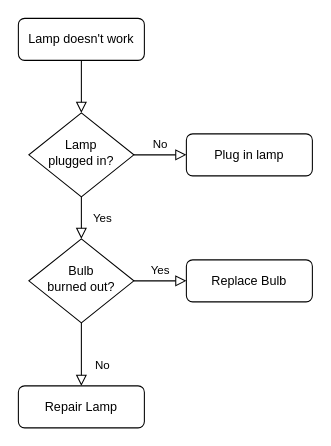
This is 未命名绘图.drawio from North30/user, a draw.io file, before an edit. Source tidied: cells renumbered, new cells numbered last; positions are measured from the earlier drawing's top-left corner, leaving out a move shared by most shapes. Both pictures are drawn from the tidied source at 105%, with x=0, y=0 at pixel (18, 18).
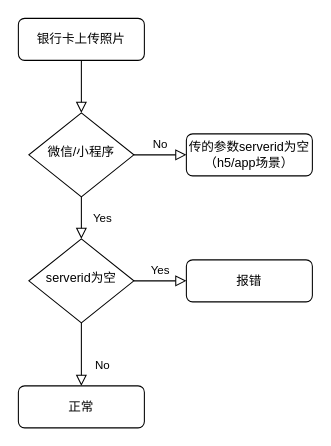
After the change.

What changed in the source:
```diff
@@
 <mxGraphModel>
   <root>
     <mxCell id="0" />
     <mxCell id="1" parent="0" />
     <mxCell id="2" style="rounded=0;html=1;jettySize=auto;fontSize=11;endArrow=block;endFill=0;endSize=8;strokeWidth=1;shadow=0;labelBackgroundColor=none;edgeStyle=orthogonalEdgeStyle;" parent="1" edge="1" source="3" target="6">
       <mxGeometry relative="1" as="geometry" />
     </mxCell>
-    <mxCell id="3" value="Lamp doesn't work" style="rounded=1;whiteSpace=wrap;html=1;fontSize=12;glass=0;strokeWidth=1;shadow=0;" parent="1" vertex="1">
+    <mxCell id="3" value="银行卡上传照片" style="rounded=1;whiteSpace=wrap;html=1;fontSize=12;glass=0;strokeWidth=1;shadow=0;" parent="1" vertex="1">
       <mxGeometry width="120" height="40" as="geometry" />
     </mxCell>
     <mxCell id="4" value="Yes" style="rounded=0;html=1;jettySize=auto;fontSize=11;endArrow=block;endFill=0;endSize=8;strokeWidth=1;shadow=0;labelBackgroundColor=none;edgeStyle=orthogonalEdgeStyle;" parent="1" edge="1" source="6" target="10">
       <mxGeometry y="20" relative="1" as="geometry" />
     </mxCell>
     <mxCell id="5" value="No" style="edgeStyle=orthogonalEdgeStyle;rounded=0;html=1;jettySize=auto;fontSize=11;endArrow=block;endFill=0;endSize=8;strokeWidth=1;shadow=0;labelBackgroundColor=none;" parent="1" edge="1" source="6" target="7">
       <mxGeometry y="10" relative="1" as="geometry" />
     </mxCell>
-    <mxCell id="6" value="Lamp&lt;br&gt;plugged in?" style="rhombus;whiteSpace=wrap;html=1;shadow=0;fontFamily=Helvetica;fontSize=12;align=center;strokeWidth=1;spacing=6;spacingTop=-4;" parent="1" vertex="1">
+    <mxCell id="6" value="微信/小程序" style="rhombus;whiteSpace=wrap;html=1;shadow=0;fontFamily=Helvetica;fontSize=12;align=center;strokeWidth=1;spacing=6;spacingTop=-4;" parent="1" vertex="1">
       <mxGeometry x="10" y="90" width="100" height="80" as="geometry" />
     </mxCell>
-    <mxCell id="7" value="Plug in lamp" style="rounded=1;whiteSpace=wrap;html=1;fontSize=12;glass=0;strokeWidth=1;shadow=0;" parent="1" vertex="1">
+    <mxCell id="7" value="传的参数serverid为空（h5/app场景）" style="rounded=1;whiteSpace=wrap;html=1;fontSize=12;glass=0;strokeWidth=1;shadow=0;" parent="1" vertex="1">
       <mxGeometry x="160" y="110" width="120" height="40" as="geometry" />
     </mxCell>
     <mxCell id="8" value="No" style="rounded=0;html=1;jettySize=auto;fontSize=11;endArrow=block;endFill=0;endSize=8;strokeWidth=1;shadow=0;labelBackgroundColor=none;edgeStyle=orthogonalEdgeStyle;" parent="1" edge="1" source="10" target="11">
       <mxGeometry x="0.33" y="20" relative="1" as="geometry" />
     </mxCell>
     <mxCell id="9" value="Yes" style="edgeStyle=orthogonalEdgeStyle;rounded=0;html=1;jettySize=auto;fontSize=11;endArrow=block;endFill=0;endSize=8;strokeWidth=1;shadow=0;labelBackgroundColor=none;" parent="1" edge="1" source="10" target="12">
       <mxGeometry y="10" relative="1" as="geometry" />
     </mxCell>
-    <mxCell id="10" value="Bulb&lt;br&gt;burned out?" style="rhombus;whiteSpace=wrap;html=1;shadow=0;fontFamily=Helvetica;fontSize=12;align=center;strokeWidth=1;spacing=6;spacingTop=-4;" parent="1" vertex="1">
+    <mxCell id="10" value="serverid为空" style="rhombus;whiteSpace=wrap;html=1;shadow=0;fontFamily=Helvetica;fontSize=12;align=center;strokeWidth=1;spacing=6;spacingTop=-4;" parent="1" vertex="1">
       <mxGeometry x="10" y="210" width="100" height="80" as="geometry" />
     </mxCell>
-    <mxCell id="11" value="Repair Lamp" style="rounded=1;whiteSpace=wrap;html=1;fontSize=12;glass=0;strokeWidth=1;shadow=0;" parent="1" vertex="1">
+    <mxCell id="11" value="正常" style="rounded=1;whiteSpace=wrap;html=1;fontSize=12;glass=0;strokeWidth=1;shadow=0;" parent="1" vertex="1">
       <mxGeometry y="350" width="120" height="40" as="geometry" />
     </mxCell>
-    <mxCell id="12" value="Replace Bulb" style="rounded=1;whiteSpace=wrap;html=1;fontSize=12;glass=0;strokeWidth=1;shadow=0;" parent="1" vertex="1">
+    <mxCell id="12" value="报错" style="rounded=1;whiteSpace=wrap;html=1;fontSize=12;glass=0;strokeWidth=1;shadow=0;" parent="1" vertex="1">
       <mxGeometry x="160" y="230" width="120" height="40" as="geometry" />
     </mxCell>
   </root>
 </mxGraphModel>
```
